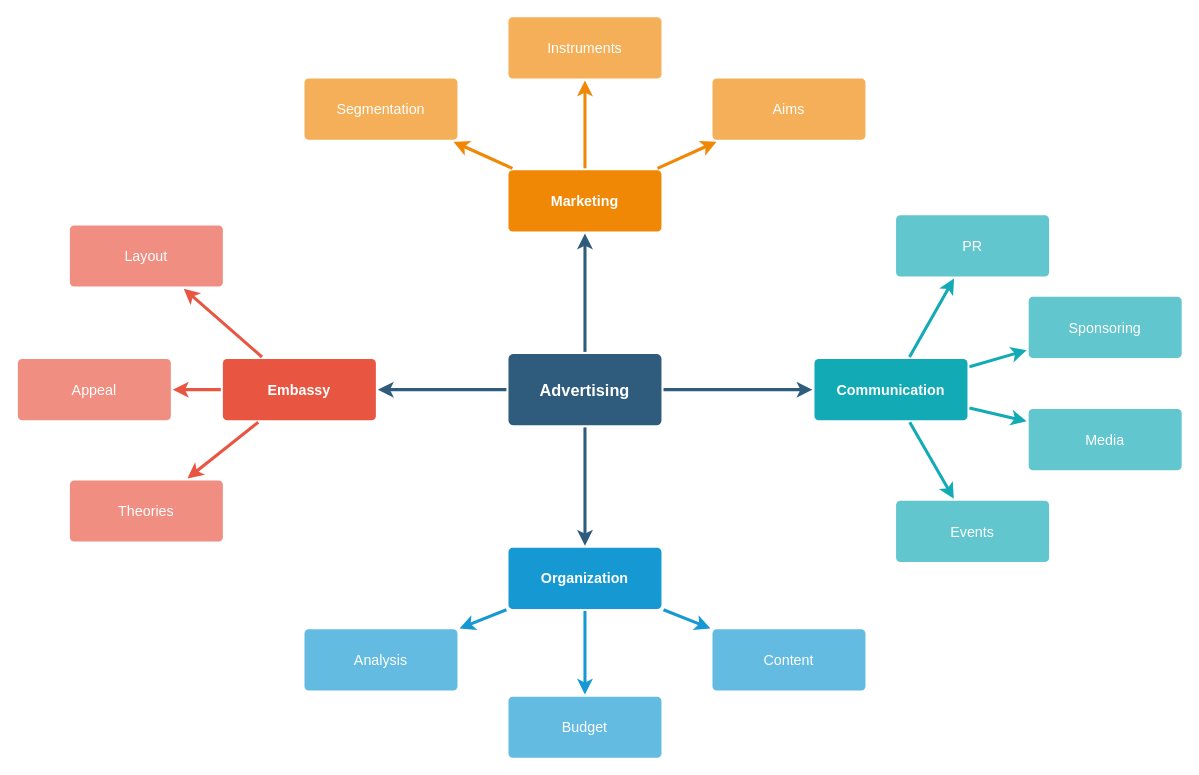
ilanjaya/TestCOE keeps this draw.io diagram as Untitled Diagram.drawio. Above is the earlier version. Source tidied: cells renumbered, new cells numbered last; positions are measured from the earlier drawing's top-left corner, leaving out a move shared by most shapes. Both pictures are drawn from the tidied source at 102%, with x=0, y=0 at pixel (17, 16).
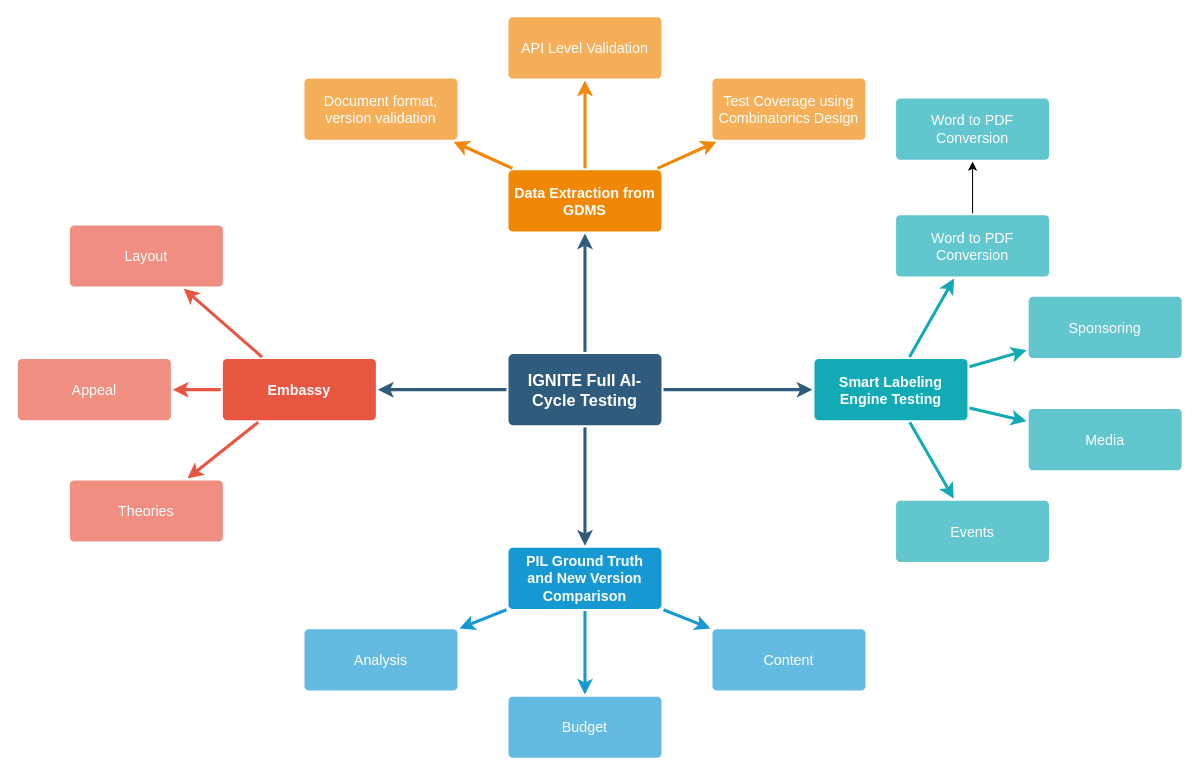
The same diagram, later.

The edit, as a diff of the source:
```diff
@@
-    <mxCell id="6" value="Advertising" style="rounded=1;whiteSpace=wrap;html=1;shadow=0;labelBackgroundColor=none;strokeColor=none;strokeWidth=3;fillColor=#2F5B7C;fontFamily=Helvetica;fontSize=16;fontColor=#FFFFFF;align=center;fontStyle=1;spacing=5;arcSize=7;perimeterSpacing=2;" parent="1" vertex="1">
+    <mxCell id="6" value="IGNITE Full AI-Cycle Testing" style="rounded=1;whiteSpace=wrap;html=1;shadow=0;labelBackgroundColor=none;strokeColor=none;strokeWidth=3;fillColor=#2F5B7C;fontFamily=Helvetica;fontSize=16;fontColor=#FFFFFF;align=center;fontStyle=1;spacing=5;arcSize=7;perimeterSpacing=2;" parent="1" vertex="1">
       <mxGeometry x="481" y="330.5" width="150" height="70" as="geometry" />
     </mxCell>
@@
-    <mxCell id="17" value="Organization" style="rounded=1;whiteSpace=wrap;html=1;shadow=0;labelBackgroundColor=none;strokeColor=none;strokeWidth=3;fillColor=#1699d3;fontFamily=Helvetica;fontSize=14;fontColor=#FFFFFF;align=center;spacing=5;fontStyle=1;arcSize=7;perimeterSpacing=2;" parent="1" vertex="1">
+    <mxCell id="17" value="PIL Ground Truth and New Version Comparison" style="rounded=1;whiteSpace=wrap;html=1;shadow=0;labelBackgroundColor=none;strokeColor=none;strokeWidth=3;fillColor=#1699d3;fontFamily=Helvetica;fontSize=14;fontColor=#FFFFFF;align=center;spacing=5;fontStyle=1;arcSize=7;perimeterSpacing=2;" parent="1" vertex="1">
       <mxGeometry x="481" y="520.5" width="150" height="60" as="geometry" />
     </mxCell>
@@
-    <mxCell id="21" value="Marketing" style="rounded=1;whiteSpace=wrap;html=1;shadow=0;labelBackgroundColor=none;strokeColor=none;strokeWidth=3;fillColor=#F08705;fontFamily=Helvetica;fontSize=14;fontColor=#FFFFFF;align=center;spacing=5;fontStyle=1;arcSize=7;perimeterSpacing=2;" parent="1" vertex="1">
+    <mxCell id="21" value="Data Extraction from GDMS" style="rounded=1;whiteSpace=wrap;html=1;shadow=0;labelBackgroundColor=none;strokeColor=none;strokeWidth=3;fillColor=#F08705;fontFamily=Helvetica;fontSize=14;fontColor=#FFFFFF;align=center;spacing=5;fontStyle=1;arcSize=7;perimeterSpacing=2;" parent="1" vertex="1">
       <mxGeometry x="481" y="150.5" width="150" height="60" as="geometry" />
     </mxCell>
-    <mxCell id="22" value="Aims&lt;br&gt;" style="rounded=1;whiteSpace=wrap;html=1;shadow=0;labelBackgroundColor=none;strokeColor=none;strokeWidth=3;fillColor=#f5af58;fontFamily=Helvetica;fontSize=14;fontColor=#FFFFFF;align=center;spacing=5;arcSize=7;perimeterSpacing=2;" parent="1" vertex="1">
+    <mxCell id="22" value="Test Coverage using Combinatorics Design" style="rounded=1;whiteSpace=wrap;html=1;shadow=0;labelBackgroundColor=none;strokeColor=none;strokeWidth=3;fillColor=#f5af58;fontFamily=Helvetica;fontSize=14;fontColor=#FFFFFF;align=center;spacing=5;arcSize=7;perimeterSpacing=2;" parent="1" vertex="1">
       <mxGeometry x="681" y="60.5" width="150" height="60" as="geometry" />
     </mxCell>
@@
-    <mxCell id="24" value="Instruments" style="rounded=1;whiteSpace=wrap;html=1;shadow=0;labelBackgroundColor=none;strokeColor=none;strokeWidth=3;fillColor=#f5af58;fontFamily=Helvetica;fontSize=14;fontColor=#FFFFFF;align=center;spacing=5;arcSize=7;perimeterSpacing=2;" parent="1" vertex="1">
+    <mxCell id="24" value="API Level Validation" style="rounded=1;whiteSpace=wrap;html=1;shadow=0;labelBackgroundColor=none;strokeColor=none;strokeWidth=3;fillColor=#f5af58;fontFamily=Helvetica;fontSize=14;fontColor=#FFFFFF;align=center;spacing=5;arcSize=7;perimeterSpacing=2;" parent="1" vertex="1">
       <mxGeometry x="481" y="0.5" width="150" height="60" as="geometry" />
     </mxCell>
@@
-    <mxCell id="26" value="Segmentation" style="rounded=1;whiteSpace=wrap;html=1;shadow=0;labelBackgroundColor=none;strokeColor=none;strokeWidth=3;fillColor=#f5af58;fontFamily=Helvetica;fontSize=14;fontColor=#FFFFFF;align=center;spacing=5;arcSize=7;perimeterSpacing=2;" parent="1" vertex="1">
+    <mxCell id="26" value="Document format, version validation" style="rounded=1;whiteSpace=wrap;html=1;shadow=0;labelBackgroundColor=none;strokeColor=none;strokeWidth=3;fillColor=#f5af58;fontFamily=Helvetica;fontSize=14;fontColor=#FFFFFF;align=center;spacing=5;arcSize=7;perimeterSpacing=2;" parent="1" vertex="1">
       <mxGeometry x="281" y="60.5" width="150" height="60" as="geometry" />
     </mxCell>
@@
-    <mxCell id="28" value="Communication" style="rounded=1;whiteSpace=wrap;html=1;shadow=0;labelBackgroundColor=none;strokeColor=none;strokeWidth=3;fillColor=#12aab5;fontFamily=Helvetica;fontSize=14;fontColor=#FFFFFF;align=center;spacing=5;fontStyle=1;arcSize=7;perimeterSpacing=2;" parent="1" vertex="1">
+    <mxCell id="28" value="Smart Labeling Engine Testing" style="rounded=1;whiteSpace=wrap;html=1;shadow=0;labelBackgroundColor=none;strokeColor=none;strokeWidth=3;fillColor=#12aab5;fontFamily=Helvetica;fontSize=14;fontColor=#FFFFFF;align=center;spacing=5;fontStyle=1;arcSize=7;perimeterSpacing=2;" parent="1" vertex="1">
       <mxGeometry x="781" y="335.5" width="150" height="60" as="geometry" />
     </mxCell>
@@
+    <mxCell id="37" style="edgeStyle=orthogonalEdgeStyle;rounded=0;jettySize=auto;html=1;entryX=0.5;entryY=1;entryDx=0;entryDy=0;" parent="1" edge="1" source="35" target="38">
+      <mxGeometry relative="1" as="geometry" />
+    </mxCell>
-    <mxCell id="35" value="PR" style="rounded=1;whiteSpace=wrap;html=1;shadow=0;labelBackgroundColor=none;strokeColor=none;strokeWidth=3;fillColor=#61c6ce;fontFamily=Helvetica;fontSize=14;fontColor=#FFFFFF;align=center;spacing=5;fontStyle=0;arcSize=7;perimeterSpacing=2;" parent="1" vertex="1">
+    <mxCell id="35" value="Word to PDF Conversion" style="rounded=1;whiteSpace=wrap;html=1;shadow=0;labelBackgroundColor=none;strokeColor=none;strokeWidth=3;fillColor=#61c6ce;fontFamily=Helvetica;fontSize=14;fontColor=#FFFFFF;align=center;spacing=5;fontStyle=0;arcSize=7;perimeterSpacing=2;" parent="1" vertex="1">
       <mxGeometry x="861" y="194.5" width="150" height="60" as="geometry" />
     </mxCell>
@@
+    <mxCell id="38" value="Word to PDF Conversion" style="rounded=1;whiteSpace=wrap;html=1;shadow=0;labelBackgroundColor=none;strokeColor=none;strokeWidth=3;fillColor=#61c6ce;fontFamily=Helvetica;fontSize=14;fontColor=#FFFFFF;align=center;spacing=5;fontStyle=0;arcSize=7;perimeterSpacing=2;" parent="1" vertex="1">
+      <mxGeometry x="861" y="80" width="150" height="60" as="geometry" />
+    </mxCell>
```
